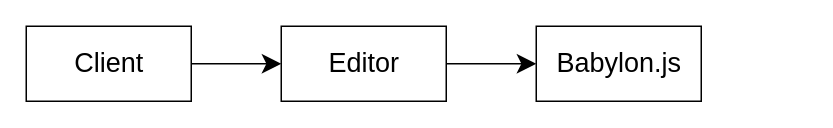
Earlier version of the draw.io diagram packages/依赖隔离模式/story_after/UML.drawio (yyc-git/3DProgramPattern). Source tidied: cells renumbered, new cells numbered last; positions are measured from the earlier drawing's top-left corner, leaving out a move shared by most shapes. Both pictures are drawn from the tidied source at 150%, with x=0, y=0 at pixel (26, 26).
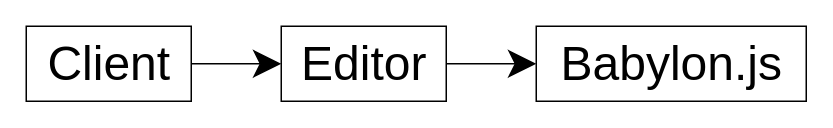
The same diagram, later.

The edit, as a diff of the source:
```diff
@@
 <mxGraphModel>
   <root>
     <mxCell id="0" />
     <mxCell id="1" parent="0" />
-    <mxCell id="2" style="edgeStyle=orthogonalEdgeStyle;rounded=0;jettySize=auto;html=1;entryX=0;entryY=0.5;entryDx=0;entryDy=0;endSize=10;startSize=10;" parent="1" edge="1" source="3" target="4">
+    <mxCell id="2" style="edgeStyle=orthogonalEdgeStyle;rounded=0;jettySize=auto;html=1;entryX=0;entryY=0.5;entryDx=0;entryDy=0;endSize=16;startSize=16;fontSize=32;" parent="1" edge="1" source="3" target="4">
       <mxGeometry relative="1" as="geometry" />
     </mxCell>
-    <mxCell id="3" value="Editor" style="html=1;fontSize=18;" parent="1" vertex="1">
+    <mxCell id="3" value="Editor" style="html=1;fontSize=32;" parent="1" vertex="1">
       <mxGeometry x="170" width="110" height="50" as="geometry" />
     </mxCell>
-    <mxCell id="4" value="Babylon.js" style="html=1;fontSize=18;" parent="1" vertex="1">
-      <mxGeometry x="340" width="110" height="50" as="geometry" />
+    <mxCell id="4" value="Babylon.js" style="html=1;fontSize=32;" parent="1" vertex="1">
+      <mxGeometry x="340" width="180" height="50" as="geometry" />
     </mxCell>
-    <mxCell id="5" style="edgeStyle=orthogonalEdgeStyle;rounded=0;jettySize=auto;html=1;entryX=0;entryY=0.5;entryDx=0;entryDy=0;endSize=10;startSize=10;" parent="1" edge="1" source="6" target="3">
+    <mxCell id="5" style="edgeStyle=orthogonalEdgeStyle;rounded=0;jettySize=auto;html=1;entryX=0;entryY=0.5;entryDx=0;entryDy=0;endSize=16;startSize=16;fontSize=32;" parent="1" edge="1" source="6" target="3">
       <mxGeometry relative="1" as="geometry" />
     </mxCell>
-    <mxCell id="6" value="Client" style="html=1;fontSize=18;" parent="1" vertex="1">
+    <mxCell id="6" value="Client" style="html=1;fontSize=32;" parent="1" vertex="1">
       <mxGeometry width="110" height="50" as="geometry" />
     </mxCell>
   </root>
 </mxGraphModel>
```
